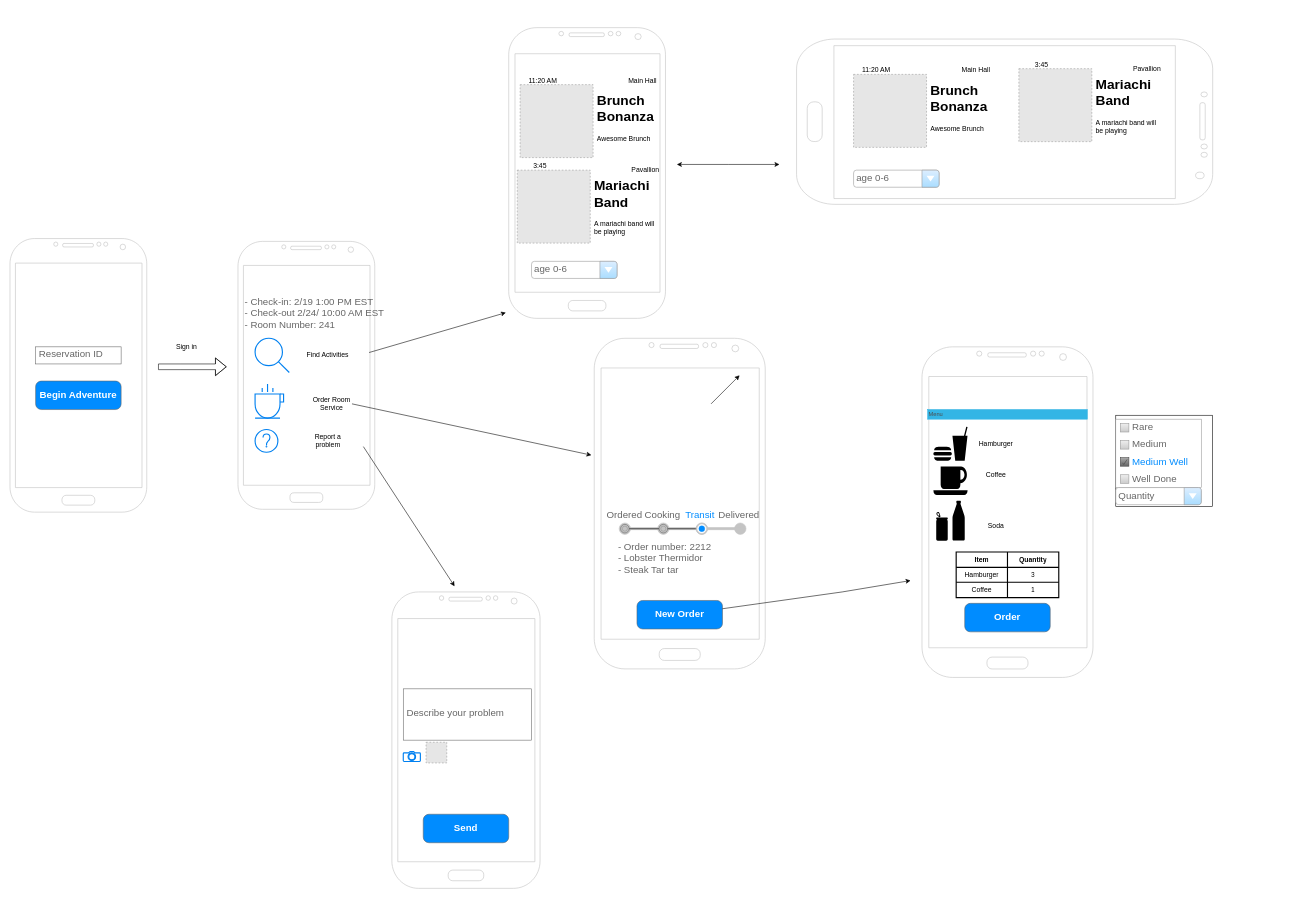
Before: page "Vactioneer-App" (1 of 3) of ParadiseVillas.drawio in adamranieri/paradise-villas, a draw.io diagram. Source tidied: cells renumbered, new cells numbered last; positions are measured from the earlier drawing's top-left corner, leaving out a move shared by most shapes. Both pictures are drawn from the tidied source at 57%, with x=0, y=0 at pixel (10, 27). Pictures stored in the file or linked from it are replaced by grey dashed boxes.
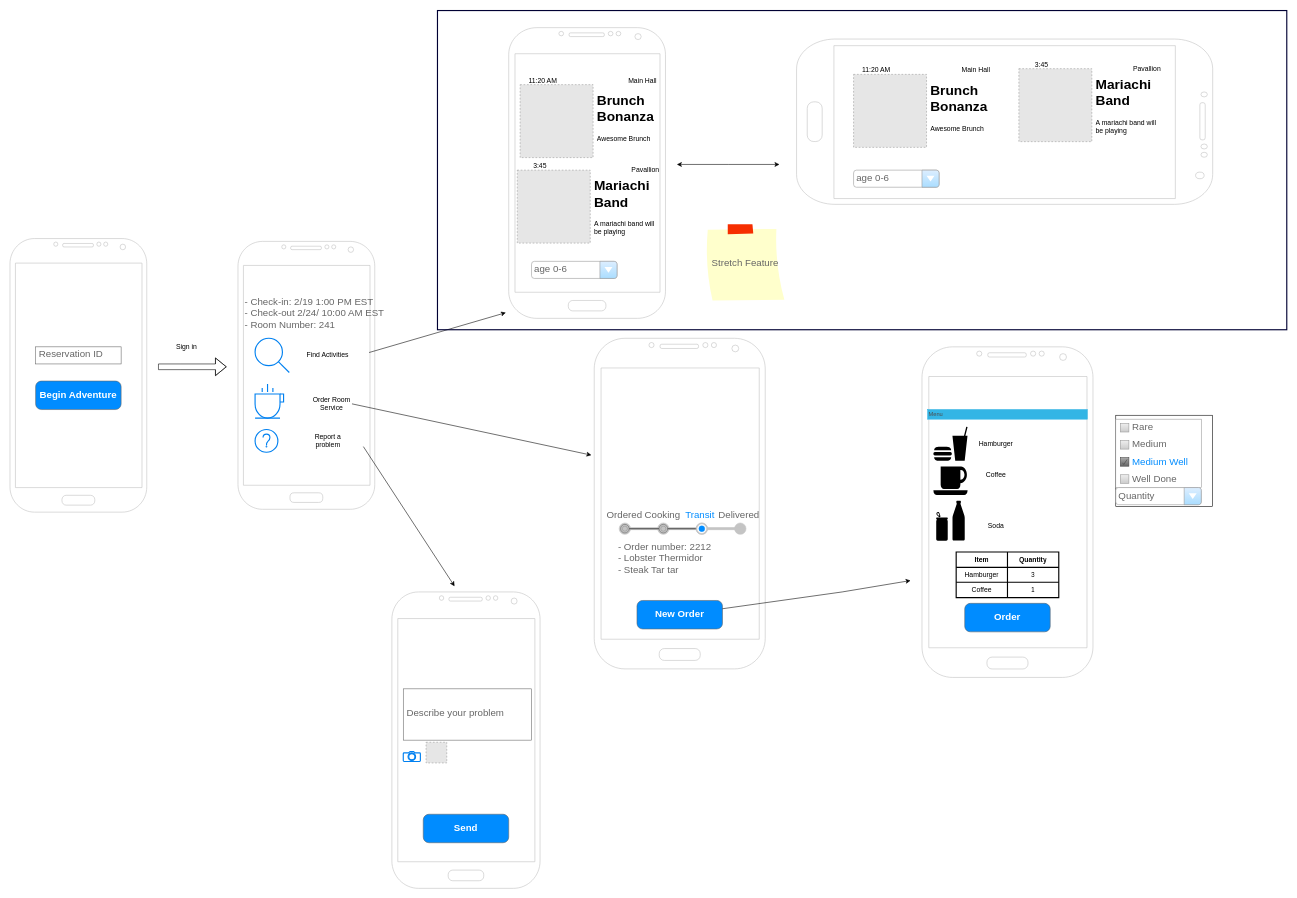
The same diagram, later.

The edit, as a diff of the source:
```diff
@@
-    <mxCell id="65" style="endArrow=classic;html=1;rounded=0;fontSize=12;" parent="1" edge="1">
-      <mxGeometry relative="1" as="geometry">
-        <mxPoint x="1230" y="660" as="sourcePoint" />
-        <mxPoint x="1280" y="610" as="targetPoint" />
-      </mxGeometry>
-    </mxCell>
@@
+    <mxCell id="76" style="rounded=0;whiteSpace=wrap;html=1;comic=0;strokeColor=#000033;strokeWidth=2;fontSize=15;fontColor=#000033;fillColor=none;gradientColor=none;" parent="1" vertex="1">
+      <mxGeometry x="750" y="-30" width="1490" height="560" as="geometry" />
+    </mxCell>
+    <mxCell id="77" value="Stretch Feature" style="strokeWidth=1;shadow=0;dashed=0;align=center;html=1;shape=mxgraph.mockup.text.stickyNote2;fontColor=#666666;mainText=;fontSize=17;whiteSpace=wrap;fillColor=#ffffcc;strokeColor=#F62E00;comic=0;" parent="1" vertex="1">
+      <mxGeometry x="1220" y="345" width="140" height="135" as="geometry" />
+    </mxCell>
```
